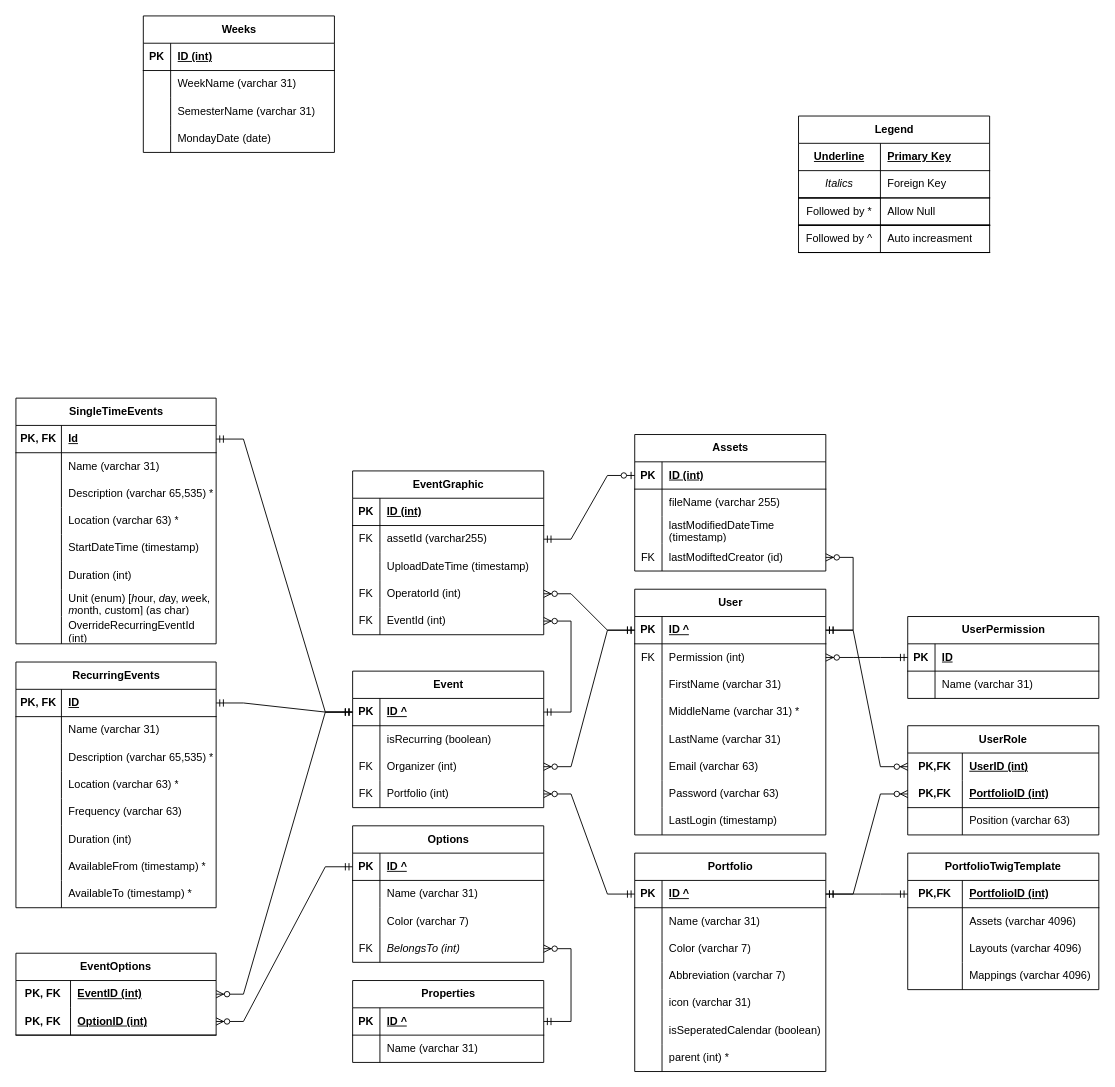
This is design/eTWIG.ER.drawio from stewebb/eTWIG, a draw.io file, before an edit. Source tidied: cells renumbered, new cells numbered last; positions are measured from the earlier drawing's top-left corner, leaving out a move shared by most shapes. Both pictures are drawn from the tidied source at 91%, with x=0, y=0 at pixel (15, 15).
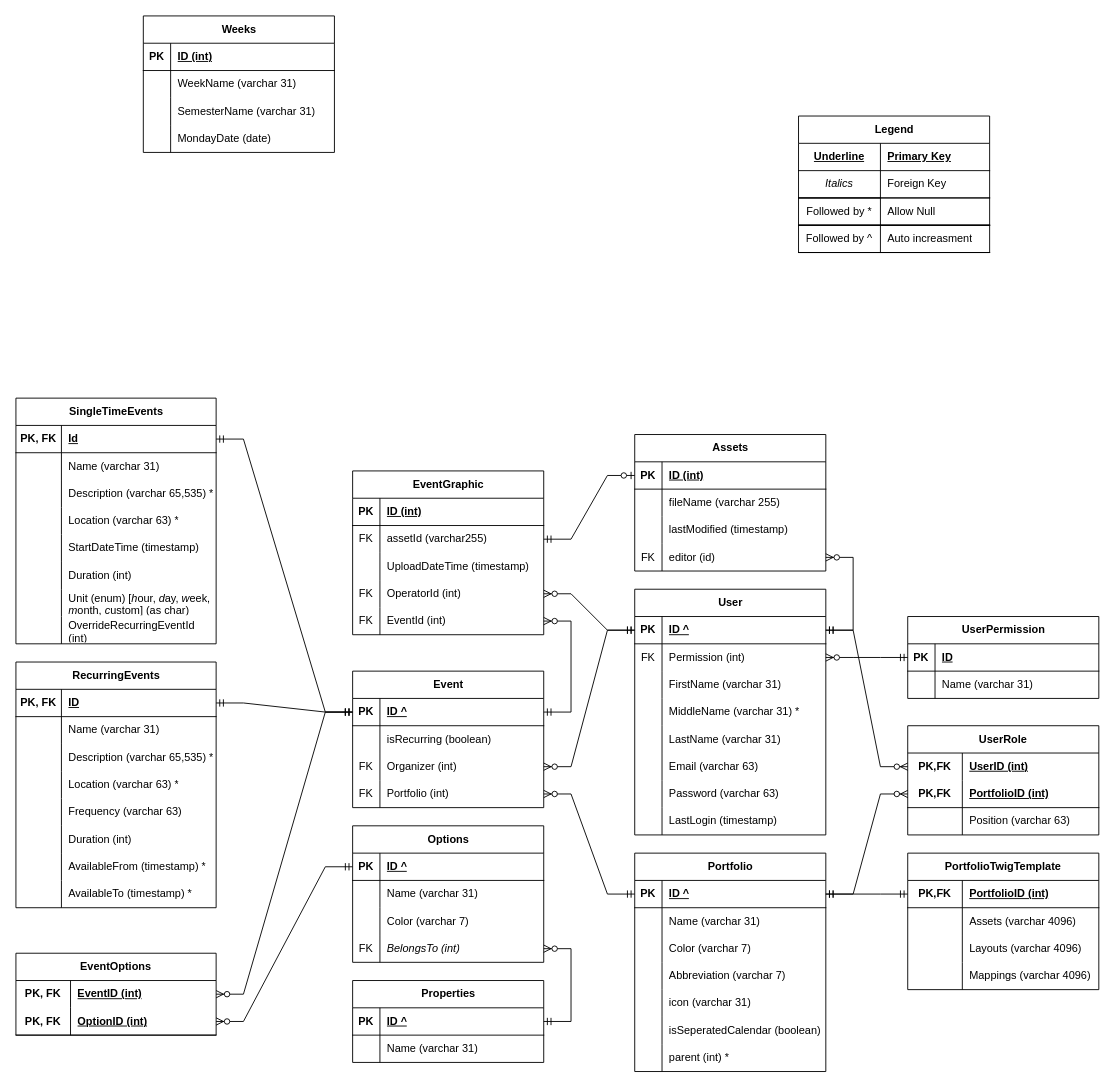
After the change.

Unchanged cells that the change refers to:
```xml
<mxCell id="230" style="shape=tableRow;horizontal=0;startSize=0;swimlaneHead=0;swimlaneBody=0;fillColor=none;top=0;left=0;right=0;bottom=0;" parent="223" vertex="1">
  <mxGeometry y="90" width="210" height="30" as="geometry" />
</mxCell>
<mxCell id="233" style="shape=tableRow;horizontal=0;startSize=0;swimlaneHead=0;swimlaneBody=0;fillColor=none;points=[[0,0.5],[1,0.5]];portConstraint=eastwest;top=0;left=0;right=0;bottom=0;" parent="223" vertex="1">
  <mxGeometry y="120" width="210" height="30" as="geometry" />
</mxCell>
```

Diff of the diagram source:
```diff
@@
-    <mxCell id="232" value="lastModifiedDateTime (timestamp)" style="shape=partialRectangle;fillColor=none;top=0;left=0;bottom=0;right=0;align=left;spacingLeft=6;overflow=hidden;whiteSpace=wrap;html=1;" parent="230" vertex="1">
+    <mxCell id="232" value="lastModified (timestamp)" style="shape=partialRectangle;fillColor=none;top=0;left=0;bottom=0;right=0;align=left;spacingLeft=6;overflow=hidden;whiteSpace=wrap;html=1;" parent="230" vertex="1">
       <mxGeometry x="30" width="180" height="30" as="geometry" />
     </mxCell>
@@
-    <mxCell id="235" value="lastModiftedCreator (id)" style="shape=partialRectangle;fillColor=none;top=0;left=0;bottom=0;right=0;align=left;spacingLeft=6;overflow=hidden;whiteSpace=wrap;html=1;" parent="233" vertex="1">
+    <mxCell id="235" value="editor (id)" style="shape=partialRectangle;fillColor=none;top=0;left=0;bottom=0;right=0;align=left;spacingLeft=6;overflow=hidden;whiteSpace=wrap;html=1;" parent="233" vertex="1">
       <mxGeometry x="30" width="180" height="30" as="geometry" />
     </mxCell>
```
